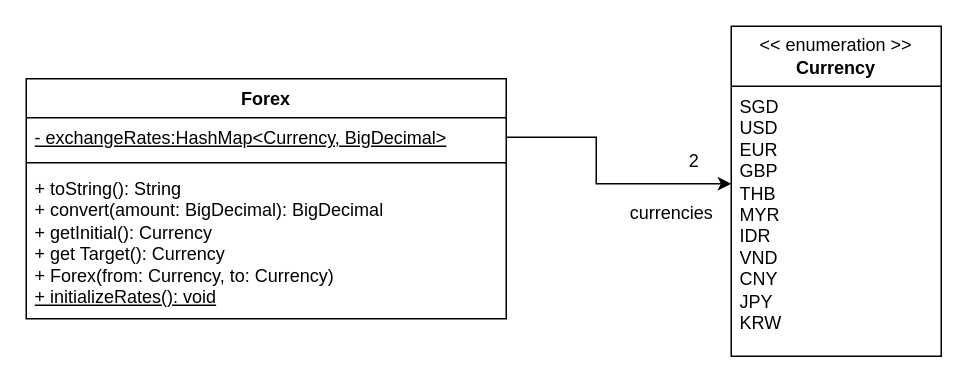
Earlier version of the draw.io diagram docs/diagrams/ForexClassDiagram.drawio (woowenjun99/tp). Source tidied: cells renumbered, new cells numbered last; positions are measured from the earlier drawing's top-left corner, leaving out a move shared by most shapes. Both pictures are drawn from the tidied source at 150%, with x=0, y=0 at pixel (26, 26).
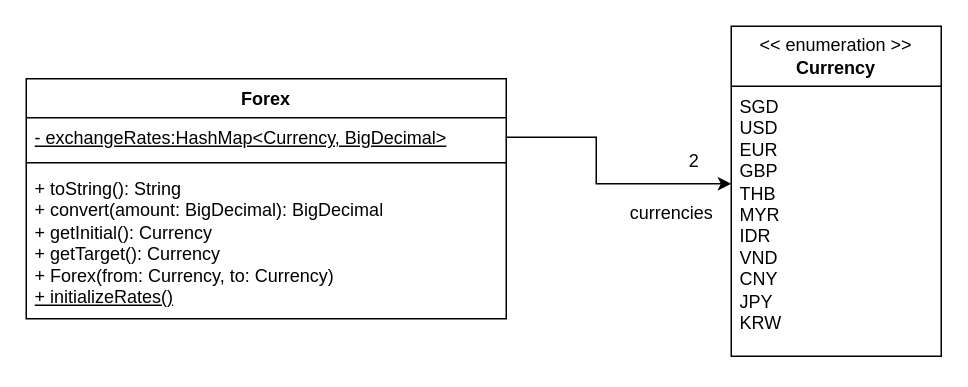
After the change.

Diff of the diagram source:
```diff
@@
 <mxGraphModel>
   <root>
     <mxCell id="0" />
     <mxCell id="1" parent="0" />
     <mxCell id="2" value="Forex" style="swimlane;fontStyle=1;align=center;verticalAlign=top;horizontal=1;startSize=26;whiteSpace=wrap;html=1;" parent="1" vertex="1">
       <mxGeometry y="35" width="320" height="160" as="geometry" />
     </mxCell>
     <mxCell id="3" value="&lt;u&gt;- exchangeRates:HashMap&amp;lt;Currency, BigDecimal&amp;gt;&lt;/u&gt;" style="text;strokeColor=none;fillColor=none;align=left;verticalAlign=top;spacingLeft=4;spacingRight=4;overflow=hidden;points=[[0,0.5],[1,0.5]];portConstraint=eastwest;whiteSpace=wrap;html=1;" parent="2" vertex="1">
       <mxGeometry y="26" width="320" height="26" as="geometry" />
     </mxCell>
     <mxCell id="4" style="line;strokeWidth=1;fillColor=none;align=left;verticalAlign=middle;spacingTop=-1;spacingLeft=3;spacingRight=3;labelPosition=right;strokeColor=inherit;" parent="2" vertex="1">
       <mxGeometry y="52" width="320" height="8" as="geometry" />
     </mxCell>
-    <mxCell id="5" value="+ toString(): String&lt;br&gt;+ convert(amount: BigDecimal): BigDecimal&lt;br&gt;+ getInitial(): Currency&lt;br&gt;+ get Target(): Currency&lt;br&gt;+ Forex(from: Currency, to: Currency)&lt;br&gt;&lt;u&gt;+ initializeRates(): void&lt;/u&gt;" style="text;strokeColor=none;fillColor=none;align=left;verticalAlign=top;spacingLeft=4;spacingRight=4;overflow=hidden;whiteSpace=wrap;html=1;" parent="2" vertex="1">
+    <mxCell id="5" value="+ toString(): String&lt;br&gt;+ convert(amount: BigDecimal): BigDecimal&lt;br&gt;+ getInitial(): Currency&lt;br&gt;+ getTarget(): Currency&lt;br&gt;+ Forex(from: Currency, to: Currency)&lt;br&gt;&lt;u&gt;+ initializeRates()&lt;/u&gt;" style="text;strokeColor=none;fillColor=none;align=left;verticalAlign=top;spacingLeft=4;spacingRight=4;overflow=hidden;whiteSpace=wrap;html=1;" parent="2" vertex="1">
       <mxGeometry y="60" width="320" height="100" as="geometry" />
     </mxCell>
     <mxCell id="6" value="&amp;lt;&amp;lt; enumeration &amp;gt;&amp;gt;&lt;br&gt;&lt;b&gt;Currency&lt;/b&gt;" style="swimlane;fontStyle=0;horizontal=1;startSize=40;fillColor=none;whiteSpace=wrap;html=1;" parent="1" vertex="1">
       <mxGeometry x="470" width="140" height="220" as="geometry" />
     </mxCell>
     <mxCell id="7" value="SGD&lt;br&gt;USD&lt;br&gt;EUR&lt;br&gt;GBP&lt;br&gt;THB&lt;br&gt;MYR&lt;br&gt;IDR&lt;br&gt;VND&lt;br&gt;CNY&lt;br&gt;JPY&lt;br&gt;KRW" style="text;strokeColor=none;fillColor=none;align=left;verticalAlign=top;spacingLeft=4;spacingRight=4;overflow=hidden;points=[[0,0.5],[1,0.5]];portConstraint=eastwest;whiteSpace=wrap;html=1;" parent="6" vertex="1">
       <mxGeometry y="40" width="140" height="180" as="geometry" />
     </mxCell>
     <mxCell id="8" style="endArrow=classic;html=1;rounded=0;exitX=1;exitY=0.5;exitDx=0;exitDy=0;entryX=0;entryY=0.361;entryDx=0;entryDy=0;entryPerimeter=0;" parent="1" edge="1" source="3" target="7">
       <mxGeometry relative="1" as="geometry">
         <Array as="points">
           <mxPoint x="380" y="74" />
           <mxPoint x="380" y="105" />
         </Array>
       </mxGeometry>
     </mxCell>
     <mxCell id="9" value="currencies" style="text;html=1;align=center;verticalAlign=middle;strokeColor=none;fillColor=none;" parent="1" vertex="1">
       <mxGeometry x="390" y="110" width="80" height="30" as="geometry" />
     </mxCell>
     <mxCell id="10" value="2" style="text;html=1;align=center;verticalAlign=middle;strokeColor=none;fillColor=none;" parent="1" vertex="1">
       <mxGeometry x="430" y="75" width="30" height="30" as="geometry" />
     </mxCell>
   </root>
 </mxGraphModel>
```
